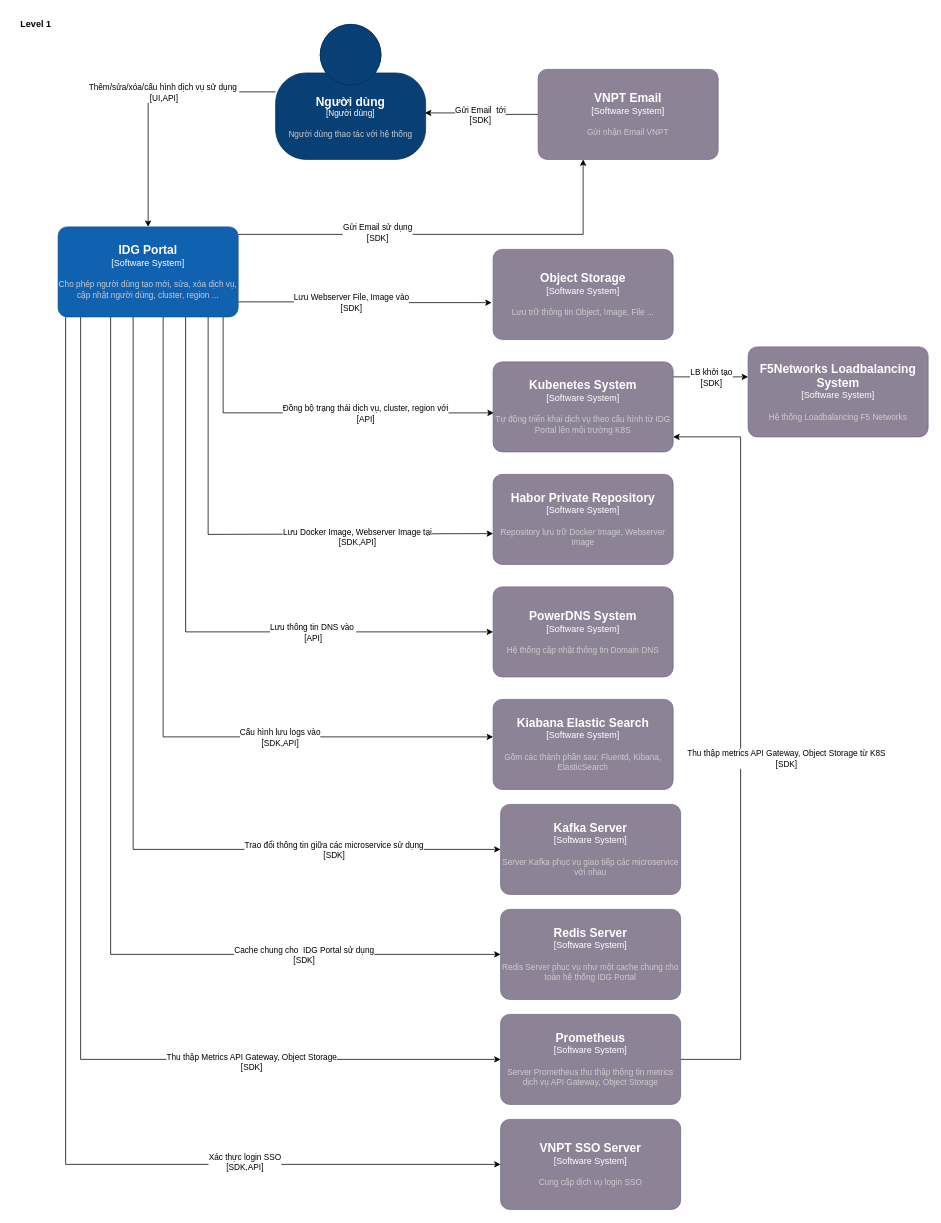
dangngocsoncntt/draw.io keeps this draw.io diagram as IDG-Portal.drawio. Above is the earlier version. Source tidied: cells renumbered, new cells numbered last; positions are measured from the earlier drawing's top-left corner, leaving out a move shared by most shapes. Both pictures are drawn from the tidied source at 75%, with x=0, y=0 at pixel (13, 13).
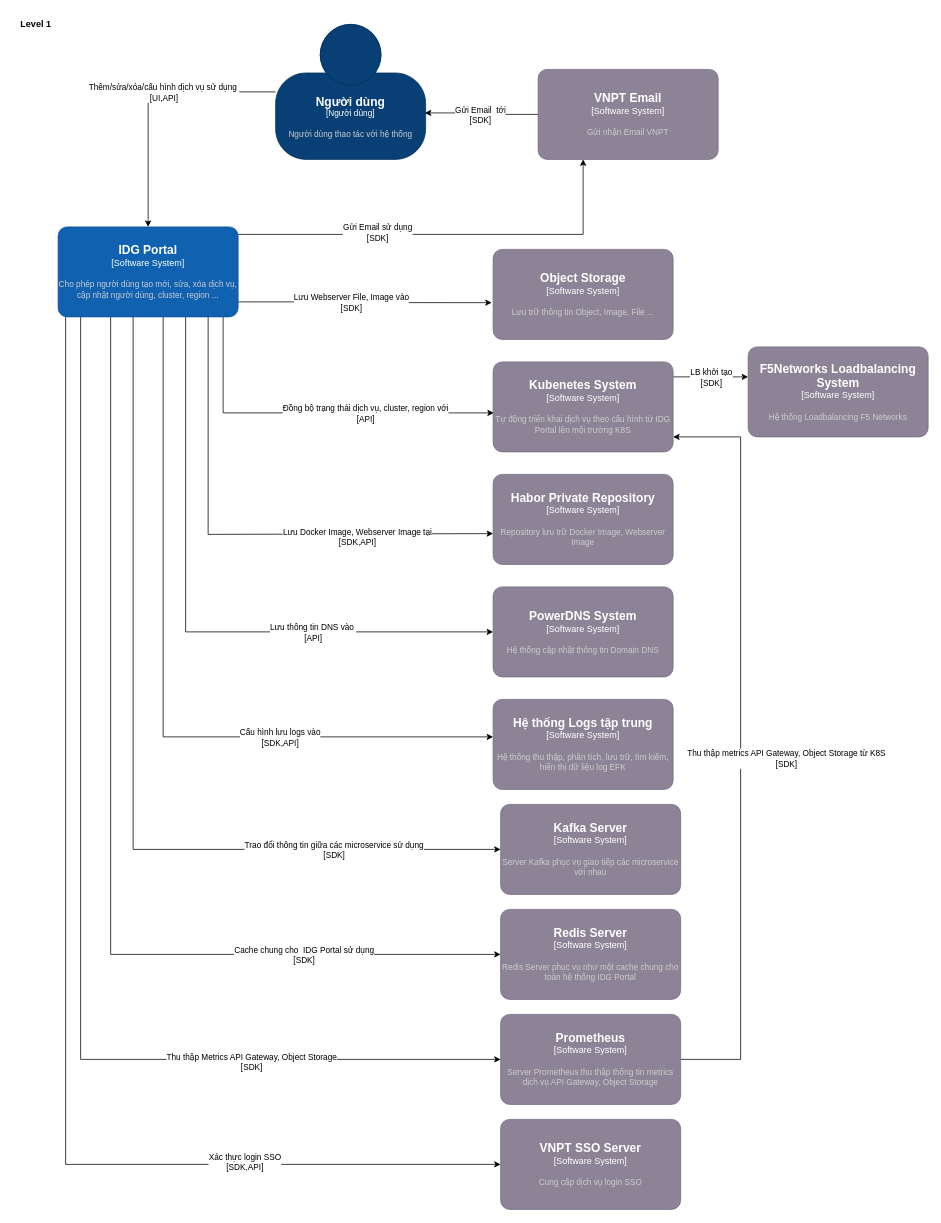
Above is the later version.

Diff of the diagram source:
```diff
@@
-    <object id="37" label="&lt;font style=&quot;font-size: 16px&quot;&gt;&lt;b&gt;%c4Name%&lt;/b&gt;&lt;/font&gt;&lt;div&gt;[%c4Type%]&lt;/div&gt;&lt;br&gt;&lt;div&gt;&lt;font style=&quot;font-size: 11px&quot;&gt;&lt;font color=&quot;#cccccc&quot;&gt;%c4Description%&lt;/font&gt;&lt;/div&gt;" c4Description="Gồm các thành phần sau: Fluentd, Kibana, ElasticSearch" c4Name="Kiabana Elastic Search" c4Type="Software System" placeholders="1">
+    <object id="37" label="&lt;font style=&quot;font-size: 16px&quot;&gt;&lt;b&gt;%c4Name%&lt;/b&gt;&lt;/font&gt;&lt;div&gt;[%c4Type%]&lt;/div&gt;&lt;br&gt;&lt;div&gt;&lt;font style=&quot;font-size: 11px&quot;&gt;&lt;font color=&quot;#cccccc&quot;&gt;%c4Description%&lt;/font&gt;&lt;/div&gt;" c4Description="Hệ thống thu thập, phân tích, lưu trữ, tìm kiếm, hiển thị dữ liệu log EFK" c4Name="Hệ thống Logs tập trung" c4Type="Software System" placeholders="1">
       <mxCell style="rounded=1;whiteSpace=wrap;html=1;labelBackgroundColor=none;fillColor=#8C8496;fontColor=#ffffff;align=center;arcSize=10;strokeColor=#736782;points=[[0.25,0,0],[0.5,0,0],[0.75,0,0],[1,0.25,0],[1,0.5,0],[1,0.75,0],[0.75,1,0],[0.5,1,0],[0.25,1,0],[0,0.75,0],[0,0.5,0],[0,0.25,0]];" parent="1" vertex="1">
         <mxGeometry x="640" y="915" width="240" height="120" as="geometry" />
       </mxCell>
     </object>
```
